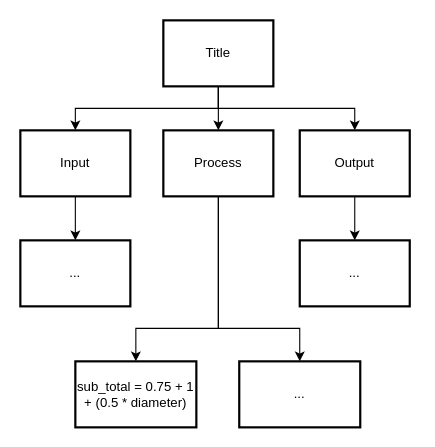
The draw.io diagram drawio/topDownDesign/topDownDesign.drawio in Aidan-Lalonde-Novales/ICS3U-Assignment3-Python, before the edit. Source tidied: cells renumbered, new cells numbered last; positions are measured from the earlier drawing's top-left corner, leaving out a move shared by most shapes. Both pictures are drawn from the tidied source at 110%, with x=0, y=0 at pixel (20, 20).
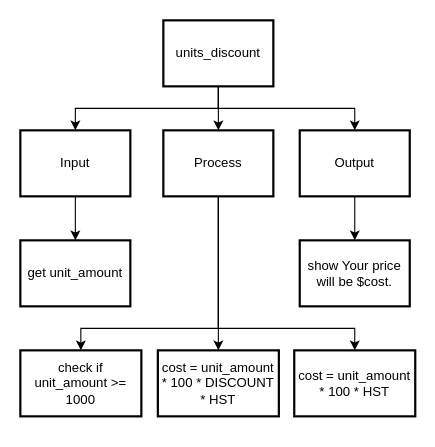
The same diagram, later.

The change refers to these unchanged cells:
```xml
<mxCell id="4" value="Process" style="rounded=0;whiteSpace=wrap;html=1;absoluteArcSize=1;arcSize=14;strokeWidth=2;" parent="1" vertex="1">
  <mxGeometry x="130" y="100" width="100" height="60" as="geometry" />
</mxCell>
```

What changed in the source:
```diff
@@
     <mxCell id="2" style="edgeStyle=none;rounded=0;html=1;exitX=0.5;exitY=1;exitDx=0;exitDy=0;entryX=0.5;entryY=0;entryDx=0;entryDy=0;" parent="1" edge="1" source="4" target="15">
       <mxGeometry relative="1" as="geometry">
         <Array as="points">
           <mxPoint x="180" y="280" />
-          <mxPoint x="105" y="280" />
+          <mxPoint x="55" y="280" />
         </Array>
       </mxGeometry>
     </mxCell>
     <mxCell id="3" style="edgeStyle=none;rounded=0;html=1;exitX=0.5;exitY=1;exitDx=0;exitDy=0;entryX=0.5;entryY=0;entryDx=0;entryDy=0;" parent="1" edge="1" source="4" target="16">
       <mxGeometry relative="1" as="geometry">
         <Array as="points">
           <mxPoint x="180" y="280" />
-          <mxPoint x="254" y="280" />
         </Array>
       </mxGeometry>
     </mxCell>
+    <mxCell id="17" style="edgeStyle=none;html=1;exitX=0.5;exitY=1;exitDx=0;exitDy=0;entryX=0.5;entryY=0;entryDx=0;entryDy=0;rounded=0;" parent="1" edge="1" source="4" target="18">
+      <mxGeometry relative="1" as="geometry">
+        <Array as="points">
+          <mxPoint x="180" y="280" />
+          <mxPoint x="304" y="280" />
+        </Array>
+      </mxGeometry>
+    </mxCell>
@@
-    <mxCell id="8" value="Title" style="rounded=0;whiteSpace=wrap;html=1;absoluteArcSize=1;arcSize=14;strokeWidth=2;" parent="1" vertex="1">
+    <mxCell id="8" value="units_discount" style="rounded=0;whiteSpace=wrap;html=1;absoluteArcSize=1;arcSize=14;strokeWidth=2;" parent="1" vertex="1">
       <mxGeometry x="130" width="100" height="60" as="geometry" />
     </mxCell>
@@
-    <mxCell id="13" value="..." style="rounded=0;whiteSpace=wrap;html=1;absoluteArcSize=1;arcSize=14;strokeWidth=2;" parent="1" vertex="1">
+    <mxCell id="13" value="get unit_amount" style="rounded=0;whiteSpace=wrap;html=1;absoluteArcSize=1;arcSize=14;strokeWidth=2;" parent="1" vertex="1">
       <mxGeometry y="200" width="100" height="60" as="geometry" />
     </mxCell>
-    <mxCell id="14" value="..." style="rounded=0;whiteSpace=wrap;html=1;absoluteArcSize=1;arcSize=14;strokeWidth=2;" parent="1" vertex="1">
+    <mxCell id="14" value="show Your price will be $cost." style="rounded=0;whiteSpace=wrap;html=1;absoluteArcSize=1;arcSize=14;strokeWidth=2;" parent="1" vertex="1">
       <mxGeometry x="254" y="200" width="100" height="60" as="geometry" />
     </mxCell>
-    <mxCell id="15" value="sub_total = 0.75 + 1 + (0.5 * diameter)" style="rounded=0;whiteSpace=wrap;html=1;absoluteArcSize=1;arcSize=14;strokeWidth=2;" parent="1" vertex="1">
-      <mxGeometry x="50" y="310" width="110" height="60" as="geometry" />
+    <mxCell id="15" value="check if unit_amount &amp;gt;= 1000" style="rounded=0;whiteSpace=wrap;html=1;absoluteArcSize=1;arcSize=14;strokeWidth=2;" parent="1" vertex="1">
+      <mxGeometry y="300" width="110" height="60" as="geometry" />
     </mxCell>
-    <mxCell id="16" value="..." style="rounded=0;whiteSpace=wrap;html=1;absoluteArcSize=1;arcSize=14;strokeWidth=2;" parent="1" vertex="1">
-      <mxGeometry x="199" y="310" width="110" height="60" as="geometry" />
+    <mxCell id="16" value="cost = unit_amount * 100 * DISCOUNT * HST" style="rounded=0;whiteSpace=wrap;html=1;absoluteArcSize=1;arcSize=14;strokeWidth=2;" parent="1" vertex="1">
+      <mxGeometry x="125" y="300" width="110" height="60" as="geometry" />
     </mxCell>
+    <mxCell id="18" value="cost = unit_amount&lt;br&gt;* 100&amp;nbsp;* HST" style="rounded=0;whiteSpace=wrap;html=1;absoluteArcSize=1;arcSize=14;strokeWidth=2;" parent="1" vertex="1">
+      <mxGeometry x="249" y="300" width="110" height="60" as="geometry" />
+    </mxCell>
```
